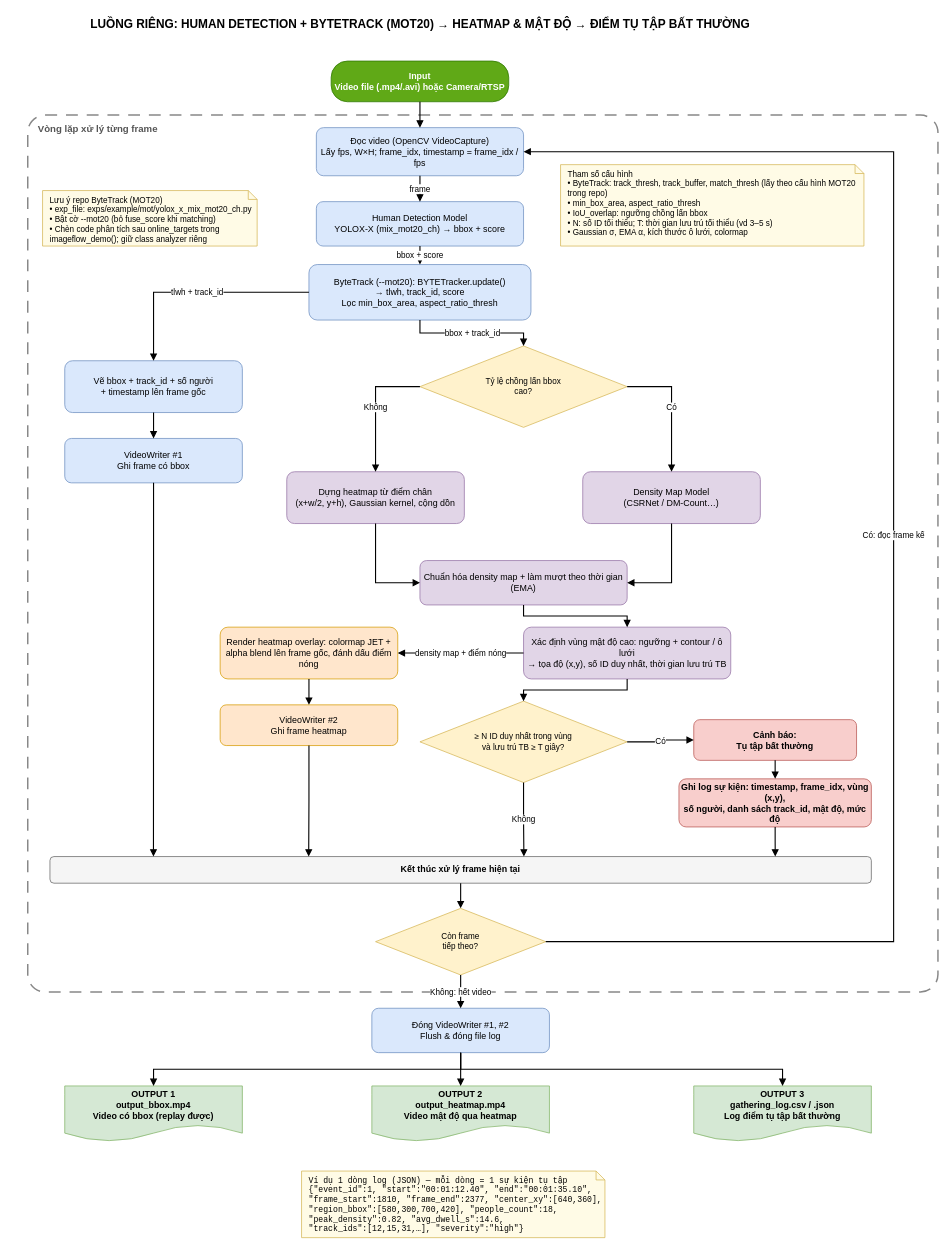
The draw.io diagram system_des/human_det_thread/crowd_gathering_flow.drawio in Secret350/Crowd_Detection, before the edit. Source tidied: cells renumbered, new cells numbered last; positions are measured from the earlier drawing's top-left corner, leaving out a move shared by most shapes. Both pictures are drawn from the tidied source at 74%, with x=0, y=0 at pixel (13, 13).
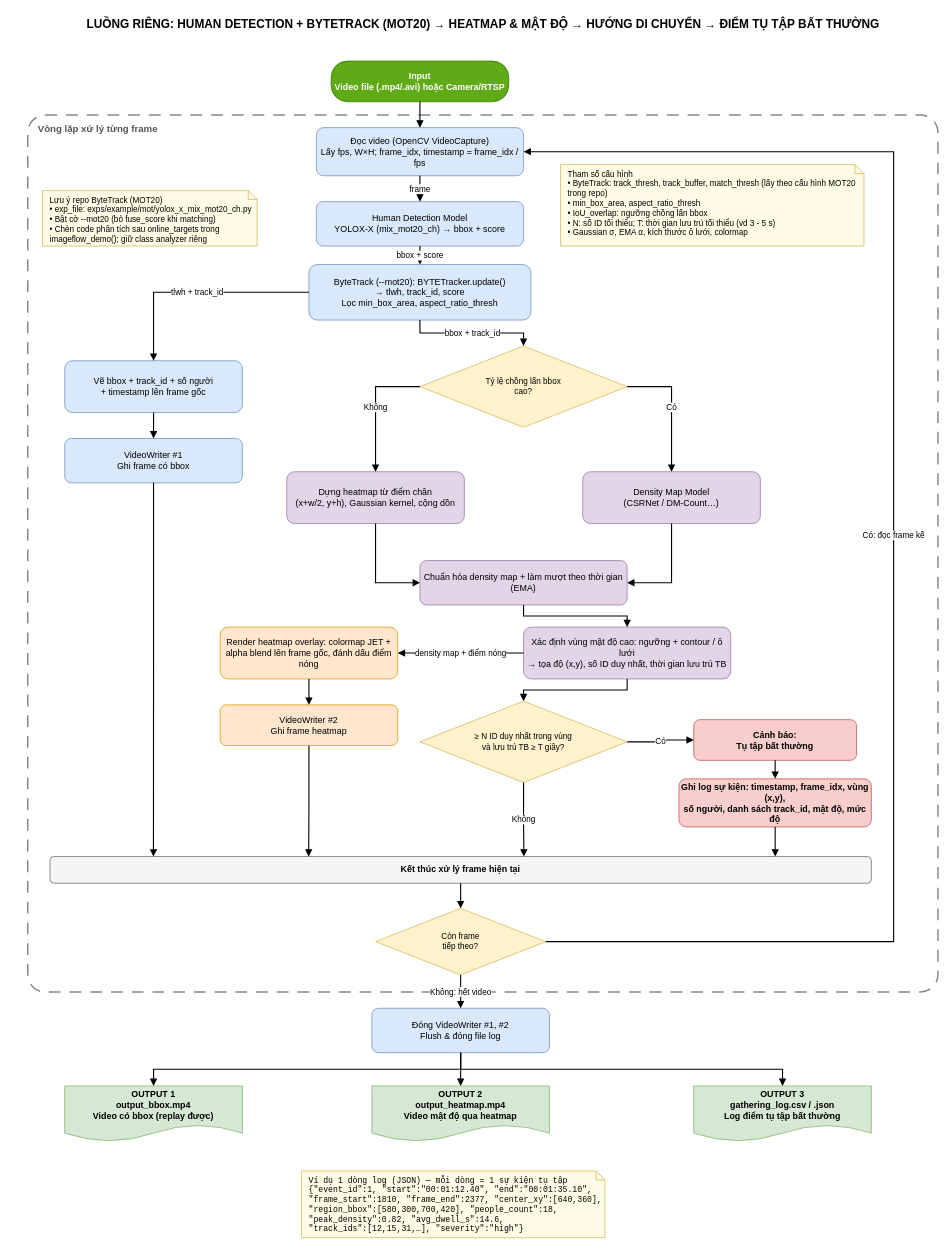
The same page after the edit.

Diff of the diagram source:
```diff
@@
-    <mxCell id="2" value="LUỒNG RIÊNG: HUMAN DETECTION + BYTETRACK (MOT20) → HEATMAP &amp;amp; MẬT ĐỘ → ĐIỂM TỤ TẬP BẤT THƯỜNG" style="text;html=1;fontSize=16;fontStyle=1;align=center;verticalAlign=middle;" parent="1" vertex="1">
-      <mxGeometry width="1100" height="30" as="geometry" />
+    <mxCell id="2" value="LUỒNG RIÊNG: HUMAN DETECTION + BYTETRACK (MOT20) → HEATMAP &amp;amp; MẬT ĐỘ → HƯỚNG DI CHUYỂN →&amp;nbsp;ĐIỂM TỤ TẬP BẤT THƯỜNG" style="text;html=1;fontSize=16;fontStyle=1;align=center;verticalAlign=middle;" parent="1" vertex="1">
+      <mxGeometry x="85" width="1100" height="30" as="geometry" />
     </mxCell>
@@
-    <mxCell id="26" value="Tham số cấu hình&lt;br&gt;• ByteTrack: track_thresh, track_buffer, match_thresh (lấy theo cấu hình MOT20 trong repo)&lt;br&gt;• min_box_area, aspect_ratio_thresh&lt;br&gt;• IoU_overlap: ngưỡng chồng lấn bbox&lt;br&gt;• N: số ID tối thiểu; T: thời gian lưu trú tối thiểu (vd 3–5 s)&lt;br&gt;• Gaussian σ, EMA α, kích thước ô lưới, colormap" style="whiteSpace=wrap;html=1;fontSize=12;shape=note;size=12;align=left;verticalAlign=top;spacingLeft=8;fillColor=#fffbe6;strokeColor=#d6b656;fontSize=11;" parent="1" vertex="1">
+    <mxCell id="26" value="Tham số cấu hình&lt;br&gt;• ByteTrack: track_thresh, track_buffer, match_thresh (lấy theo cấu hình MOT20 trong repo)&lt;br&gt;• min_box_area, aspect_ratio_thresh&lt;br&gt;• IoU_overlap: ngưỡng chồng lấn bbox&lt;br&gt;• N: số ID tối thiểu; T: thời gian lưu trú tối thiểu (vd 3 - 5 s)&lt;br&gt;• Gaussian σ, EMA α, kích thước ô lưới, colormap" style="whiteSpace=wrap;html=1;fontSize=12;shape=note;size=12;align=left;verticalAlign=top;spacingLeft=8;fillColor=#fffbe6;strokeColor=#d6b656;fontSize=11;" parent="1" vertex="1">
       <mxGeometry x="740" y="205" width="410" height="110" as="geometry" />
     </mxCell>
```
